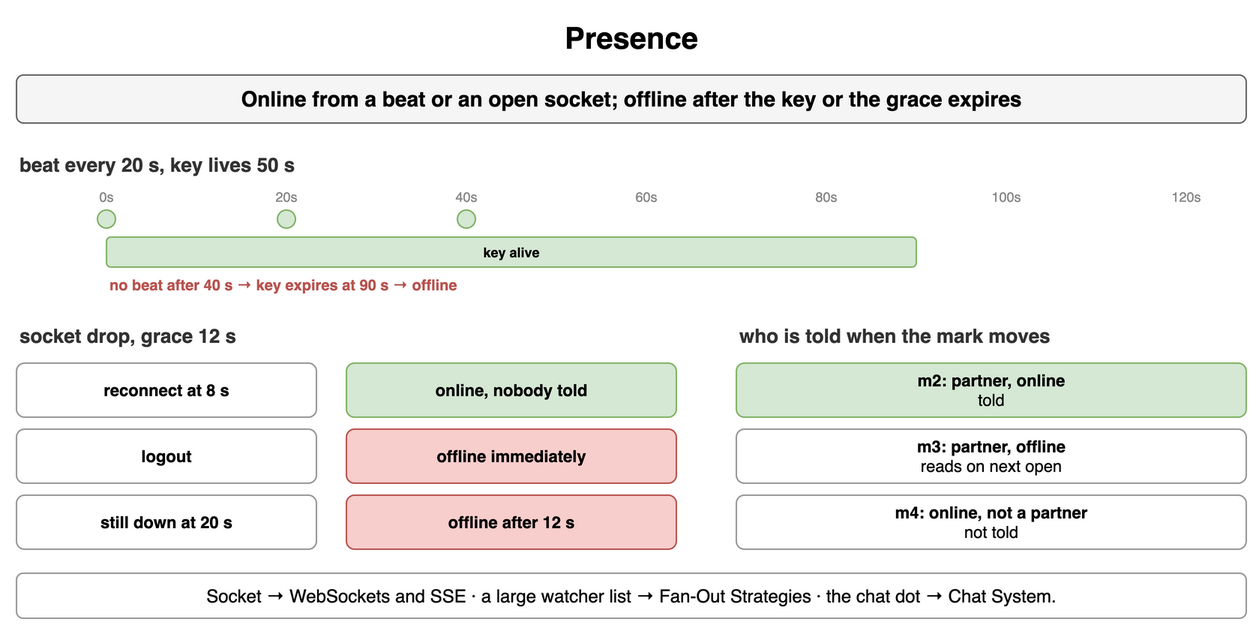
Above: content/09_System_Design_Interview/21_Real_Time_and_Notification_Systems/diagrams/notifications-5-presence.png in amendez13/swe-study-guide (draw.io), before the change. Source tidied: cells renumbered, new cells last; positions are measured from the earlier drawing's top-left corner, leaving out a move shared by most shapes. Its diagram source:
```xml
<mxGraphModel>
  <root>
    <mxCell id="0" />
    <mxCell id="1" parent="0" />
    <mxCell id="2" value="Presence" style="text;html=1;align=center;verticalAlign=middle;whiteSpace=wrap;fontSize=20;fontStyle=1;" parent="1" vertex="1">
      <mxGeometry width="820" height="30" as="geometry" />
    </mxCell>
    <mxCell id="3" value="Online from a beat or an open socket; offline after the key or the grace expires" style="rounded=1;whiteSpace=wrap;html=1;fillColor=#f5f5f5;strokeColor=#666666;fontStyle=1;fontSize=14;" parent="1" vertex="1">
      <mxGeometry y="40" width="820" height="32" as="geometry" />
    </mxCell>
    <mxCell id="4" value="beat every 20 s, key lives 50 s" style="text;html=1;whiteSpace=wrap;fontSize=11;align=left;verticalAlign=middle;fontSize=13;fontColor=#333333;fontStyle=1;" parent="1" vertex="1">
      <mxGeometry y="90" width="500" height="20" as="geometry" />
    </mxCell>
    <mxCell id="5" value="0s" style="text;html=1;whiteSpace=wrap;fontSize=11;align=center;verticalAlign=middle;fontSize=9;fontColor=#888;" parent="1" vertex="1">
      <mxGeometry x="48" y="114" width="24" height="14" as="geometry" />
    </mxCell>
    <mxCell id="6" value="20s" style="text;html=1;whiteSpace=wrap;fontSize=11;align=center;verticalAlign=middle;fontSize=9;fontColor=#888;" parent="1" vertex="1">
      <mxGeometry x="168" y="114" width="24" height="14" as="geometry" />
    </mxCell>
    <mxCell id="7" value="40s" style="text;html=1;whiteSpace=wrap;fontSize=11;align=center;verticalAlign=middle;fontSize=9;fontColor=#888;" parent="1" vertex="1">
      <mxGeometry x="288" y="114" width="24" height="14" as="geometry" />
    </mxCell>
    <mxCell id="8" value="60s" style="text;html=1;whiteSpace=wrap;fontSize=11;align=center;verticalAlign=middle;fontSize=9;fontColor=#888;" parent="1" vertex="1">
      <mxGeometry x="408" y="114" width="24" height="14" as="geometry" />
    </mxCell>
    <mxCell id="9" value="80s" style="text;html=1;whiteSpace=wrap;fontSize=11;align=center;verticalAlign=middle;fontSize=9;fontColor=#888;" parent="1" vertex="1">
      <mxGeometry x="528" y="114" width="24" height="14" as="geometry" />
    </mxCell>
    <mxCell id="10" value="100s" style="text;html=1;whiteSpace=wrap;fontSize=11;align=center;verticalAlign=middle;fontSize=9;fontColor=#888;" parent="1" vertex="1">
      <mxGeometry x="648" y="114" width="24" height="14" as="geometry" />
    </mxCell>
    <mxCell id="11" value="120s" style="text;html=1;whiteSpace=wrap;fontSize=11;align=center;verticalAlign=middle;fontSize=9;fontColor=#888;" parent="1" vertex="1">
      <mxGeometry x="768" y="114" width="24" height="14" as="geometry" />
    </mxCell>
    <mxCell id="12" style="ellipse;whiteSpace=wrap;html=1;fontStyle=1;fontSize=12;fontFamily=Courier New;fillColor=#d5e8d4;strokeColor=#82b366;" parent="1" vertex="1">
      <mxGeometry x="54" y="130" width="12" height="12" as="geometry" />
    </mxCell>
    <mxCell id="13" style="ellipse;whiteSpace=wrap;html=1;fontStyle=1;fontSize=12;fontFamily=Courier New;fillColor=#d5e8d4;strokeColor=#82b366;" parent="1" vertex="1">
      <mxGeometry x="174" y="130" width="12" height="12" as="geometry" />
    </mxCell>
    <mxCell id="14" style="ellipse;whiteSpace=wrap;html=1;fontStyle=1;fontSize=12;fontFamily=Courier New;fillColor=#d5e8d4;strokeColor=#82b366;" parent="1" vertex="1">
      <mxGeometry x="294" y="130" width="12" height="12" as="geometry" />
    </mxCell>
    <mxCell id="15" value="key alive" style="rounded=1;whiteSpace=wrap;html=1;fillColor=#d5e8d4;strokeColor=#82b366;fontSize=9;align=center;fontStyle=1;" parent="1" vertex="1">
      <mxGeometry x="60" y="148" width="540" height="20" as="geometry" />
    </mxCell>
    <mxCell id="16" value="no beat after 40 s → key expires at 90 s → offline" style="text;html=1;whiteSpace=wrap;fontSize=11;align=left;verticalAlign=middle;fontSize=10;fontColor=#b85450;fontStyle=1;" parent="1" vertex="1">
      <mxGeometry x="60" y="172" width="500" height="16" as="geometry" />
    </mxCell>
    <mxCell id="17" value="socket drop, grace 12 s" style="text;html=1;whiteSpace=wrap;fontSize=11;align=left;verticalAlign=middle;fontSize=13;fontColor=#333333;fontStyle=1;" parent="1" vertex="1">
      <mxGeometry y="204" width="500" height="20" as="geometry" />
    </mxCell>
    <mxCell id="18" value="reconnect at 8 s" style="rounded=1;whiteSpace=wrap;html=1;fillColor=#ffffff;strokeColor=#999999;fontSize=11;align=center;fontStyle=1;" parent="1" vertex="1">
      <mxGeometry y="232" width="200" height="36" as="geometry" />
    </mxCell>
    <mxCell id="19" value="online, nobody told" style="rounded=1;whiteSpace=wrap;html=1;fillColor=#d5e8d4;strokeColor=#82b366;fontSize=11;align=center;fontStyle=1;" parent="1" vertex="1">
      <mxGeometry x="220" y="232" width="220" height="36" as="geometry" />
    </mxCell>
    <mxCell id="20" value="logout" style="rounded=1;whiteSpace=wrap;html=1;fillColor=#ffffff;strokeColor=#999999;fontSize=11;align=center;fontStyle=1;" parent="1" vertex="1">
      <mxGeometry y="276" width="200" height="36" as="geometry" />
    </mxCell>
    <mxCell id="21" value="offline immediately" style="rounded=1;whiteSpace=wrap;html=1;fillColor=#f8cecc;strokeColor=#b85450;fontSize=11;align=center;fontStyle=1;" parent="1" vertex="1">
      <mxGeometry x="220" y="276" width="220" height="36" as="geometry" />
    </mxCell>
    <mxCell id="22" value="still down at 20 s" style="rounded=1;whiteSpace=wrap;html=1;fillColor=#ffffff;strokeColor=#999999;fontSize=11;align=center;fontStyle=1;" parent="1" vertex="1">
      <mxGeometry y="320" width="200" height="36" as="geometry" />
    </mxCell>
    <mxCell id="23" value="offline after 12 s" style="rounded=1;whiteSpace=wrap;html=1;fillColor=#f8cecc;strokeColor=#b85450;fontSize=11;align=center;fontStyle=1;" parent="1" vertex="1">
      <mxGeometry x="220" y="320" width="220" height="36" as="geometry" />
    </mxCell>
    <mxCell id="24" value="who is told when the mark moves" style="text;html=1;whiteSpace=wrap;fontSize=11;align=left;verticalAlign=middle;fontSize=13;fontColor=#333333;fontStyle=1;" parent="1" vertex="1">
      <mxGeometry x="480" y="204" width="340" height="20" as="geometry" />
    </mxCell>
    <mxCell id="25" value="m2: partner, online&lt;br&gt;&lt;span style='font-weight:normal'&gt;told&lt;/span&gt;" style="rounded=1;whiteSpace=wrap;html=1;fillColor=#d5e8d4;strokeColor=#82b366;fontSize=11;align=center;fontStyle=1;" parent="1" vertex="1">
      <mxGeometry x="480" y="232" width="340" height="36" as="geometry" />
    </mxCell>
    <mxCell id="26" value="m3: partner, offline&lt;br&gt;&lt;span style='font-weight:normal'&gt;reads on next open&lt;/span&gt;" style="rounded=1;whiteSpace=wrap;html=1;fillColor=#ffffff;strokeColor=#999999;fontSize=11;align=center;fontStyle=1;" parent="1" vertex="1">
      <mxGeometry x="480" y="276" width="340" height="36" as="geometry" />
    </mxCell>
    <mxCell id="27" value="m4: online, not a partner&lt;br&gt;&lt;span style='font-weight:normal'&gt;not told&lt;/span&gt;" style="rounded=1;whiteSpace=wrap;html=1;fillColor=#ffffff;strokeColor=#999999;fontSize=11;align=center;fontStyle=1;" parent="1" vertex="1">
      <mxGeometry x="480" y="320" width="340" height="36" as="geometry" />
    </mxCell>
    <mxCell id="28" value="Socket → WebSockets and SSE · a large watcher list → Fan-Out Strategies · the chat dot → Chat System." style="rounded=1;whiteSpace=wrap;html=1;fillColor=#ffffff;strokeColor=#999999;fontSize=12;align=center;" parent="1" vertex="1">
      <mxGeometry y="372" width="820" height="30" as="geometry" />
    </mxCell>
  </root>
</mxGraphModel>
```
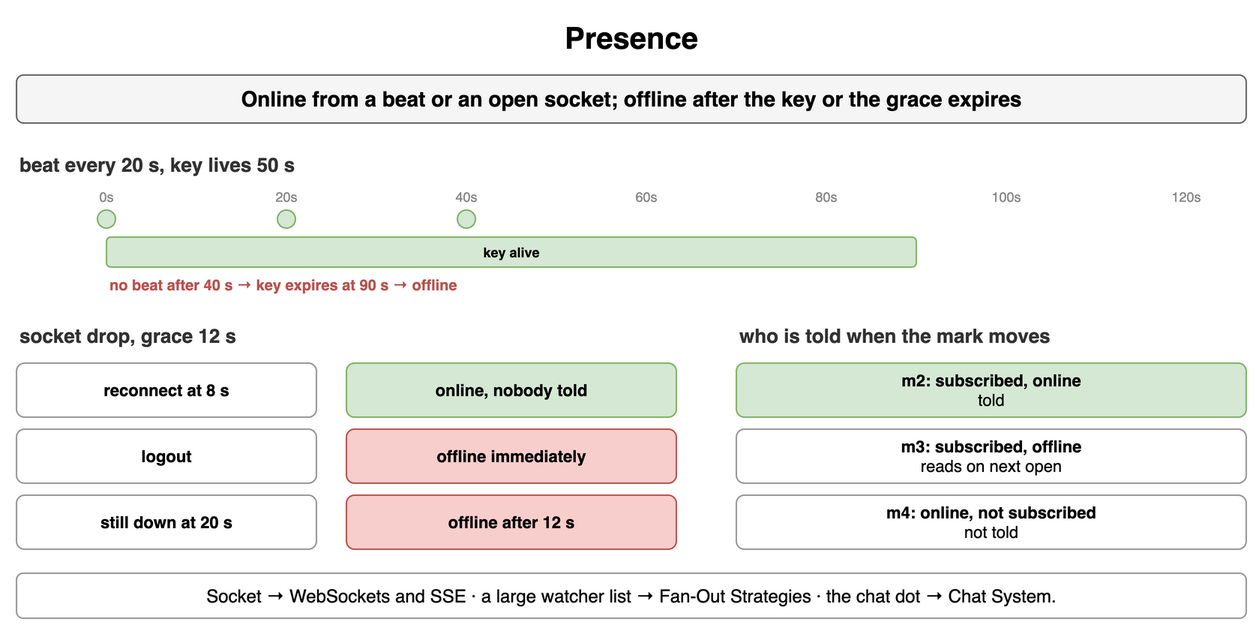
After the change.

The edit, as a diff of the source:
```diff
@@ -71,13 +71,13 @@
     <mxCell id="24" value="who is told when the mark moves" style="text;html=1;whiteSpace=wrap;fontSize=11;align=left;verticalAlign=middle;fontSize=13;fontColor=#333333;fontStyle=1;" parent="1" vertex="1">
       <mxGeometry x="480" y="204" width="340" height="20" as="geometry" />
     </mxCell>
-    <mxCell id="25" value="m2: partner, online&lt;br&gt;&lt;span style='font-weight:normal'&gt;told&lt;/span&gt;" style="rounded=1;whiteSpace=wrap;html=1;fillColor=#d5e8d4;strokeColor=#82b366;fontSize=11;align=center;fontStyle=1;" parent="1" vertex="1">
+    <mxCell id="25" value="m2: subscribed, online&lt;br&gt;&lt;span style='font-weight:normal'&gt;told&lt;/span&gt;" style="rounded=1;whiteSpace=wrap;html=1;fillColor=#d5e8d4;strokeColor=#82b366;fontSize=11;align=center;fontStyle=1;" parent="1" vertex="1">
       <mxGeometry x="480" y="232" width="340" height="36" as="geometry" />
     </mxCell>
-    <mxCell id="26" value="m3: partner, offline&lt;br&gt;&lt;span style='font-weight:normal'&gt;reads on next open&lt;/span&gt;" style="rounded=1;whiteSpace=wrap;html=1;fillColor=#ffffff;strokeColor=#999999;fontSize=11;align=center;fontStyle=1;" parent="1" vertex="1">
+    <mxCell id="26" value="m3: subscribed, offline&lt;br&gt;&lt;span style='font-weight:normal'&gt;reads on next open&lt;/span&gt;" style="rounded=1;whiteSpace=wrap;html=1;fillColor=#ffffff;strokeColor=#999999;fontSize=11;align=center;fontStyle=1;" parent="1" vertex="1">
       <mxGeometry x="480" y="276" width="340" height="36" as="geometry" />
     </mxCell>
-    <mxCell id="27" value="m4: online, not a partner&lt;br&gt;&lt;span style='font-weight:normal'&gt;not told&lt;/span&gt;" style="rounded=1;whiteSpace=wrap;html=1;fillColor=#ffffff;strokeColor=#999999;fontSize=11;align=center;fontStyle=1;" parent="1" vertex="1">
+    <mxCell id="27" value="m4: online, not subscribed&lt;br&gt;&lt;span style='font-weight:normal'&gt;not told&lt;/span&gt;" style="rounded=1;whiteSpace=wrap;html=1;fillColor=#ffffff;strokeColor=#999999;fontSize=11;align=center;fontStyle=1;" parent="1" vertex="1">
       <mxGeometry x="480" y="320" width="340" height="36" as="geometry" />
     </mxCell>
     <mxCell id="28" value="Socket → WebSockets and SSE · a large watcher list → Fan-Out Strategies · the chat dot → Chat System." style="rounded=1;whiteSpace=wrap;html=1;fillColor=#ffffff;strokeColor=#999999;fontSize=12;align=center;" parent="1" vertex="1">
```
